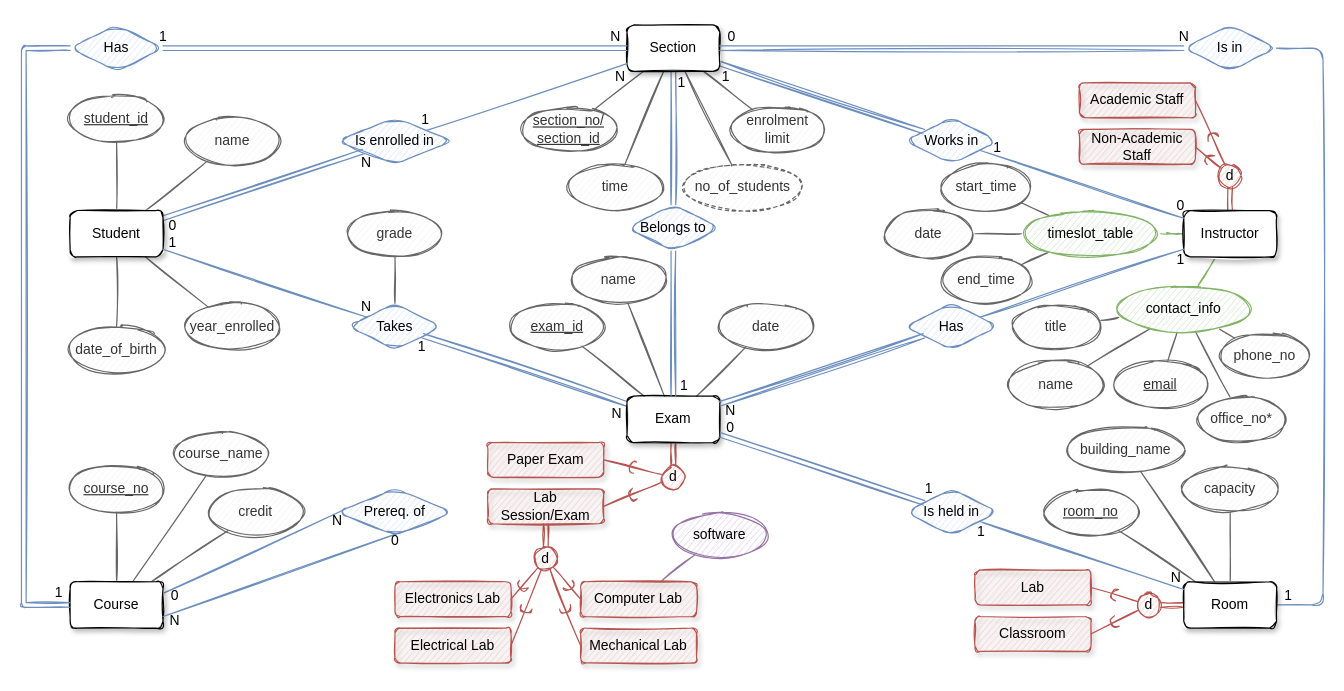
Earlier version of the draw.io diagram page "Problem 1 (Participation)" (2 of 5) of Assignment/Data Management Assignment Drawings.drawio (JordanWelsman/BU_DataManagement). Source tidied: cells renumbered, new cells numbered last; positions are measured from the earlier drawing's top-left corner, leaving out a move shared by most shapes. Both pictures are drawn from the tidied source at 116%, with x=0, y=0 at pixel (23, 24).
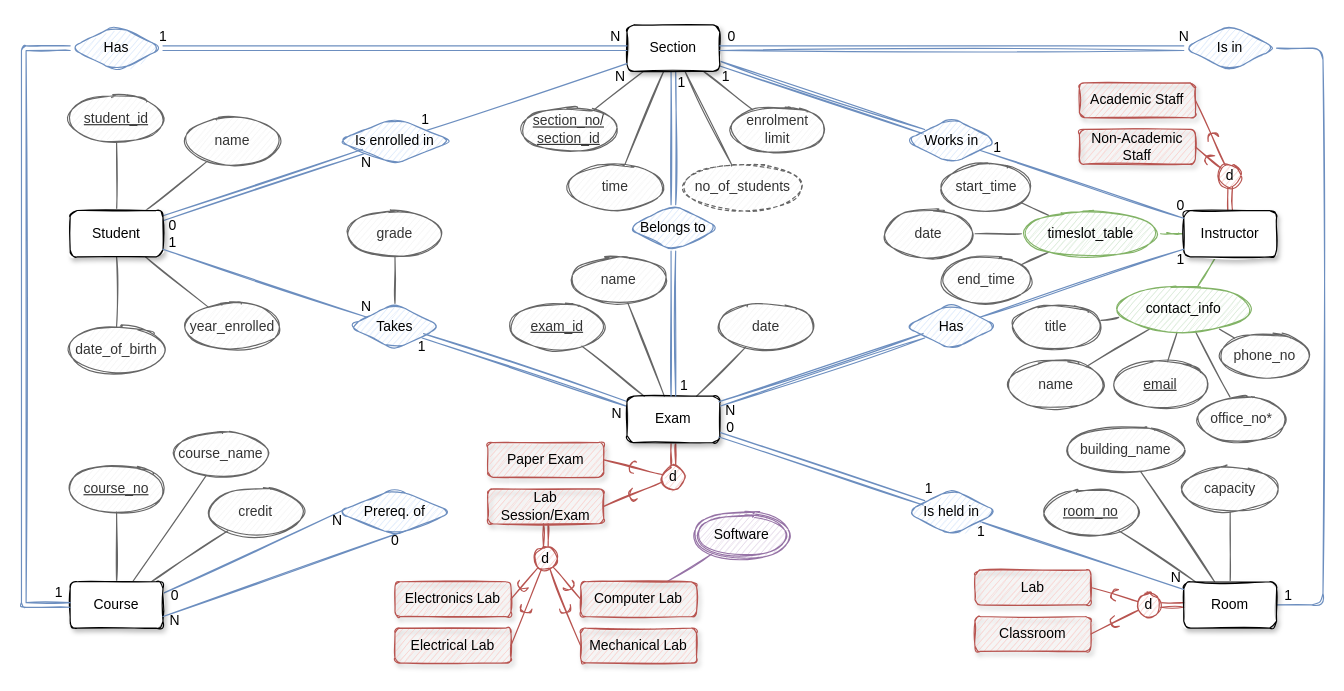
The same diagram, later.

The change refers to these unchanged cells:
```xml
<mxCell id="44" value="Computer Lab" style="whiteSpace=wrap;html=1;align=center;shadow=1;fillColor=#f8cecc;strokeColor=#b85450;sketch=1;rounded=1;" parent="1" vertex="1">
  <mxGeometry x="480" y="480" width="100" height="30" as="geometry" />
</mxCell>
```

What changed in the source:
```diff
@@
-    <mxCell id="43" style="edgeStyle=none;jettySize=auto;html=1;fontFamily=Helvetica;endArrow=none;endFill=0;fillColor=#e1d5e7;strokeColor=#9673a6;sketch=1;" parent="1" edge="1" source="44" target="117">
-      <mxGeometry relative="1" as="geometry" />
-    </mxCell>
+    <mxCell id="160" style="rounded=0;sketch=1;jettySize=auto;html=1;fontFamily=Helvetica;endArrow=none;endFill=0;fillColor=#e1d5e7;strokeColor=#9673a6;" parent="1" edge="1" source="44" target="161">
+      <mxGeometry relative="1" as="geometry" />
+    </mxCell>
@@
-    <mxCell id="117" value="software" style="ellipse;whiteSpace=wrap;html=1;align=center;shadow=0;glass=0;fillColor=#e1d5e7;strokeColor=#9673a6;sketch=1;rounded=1;" parent="1" vertex="1">
-      <mxGeometry x="560" y="420" width="80" height="40" as="geometry" />
-    </mxCell>
@@
+    <mxCell id="161" value="Software" style="ellipse;shape=doubleEllipse;margin=3;whiteSpace=wrap;html=1;align=center;rounded=1;shadow=0;glass=0;fillStyle=auto;fillColor=#e1d5e7;strokeColor=#9673a6;sketch=1;" parent="1" vertex="1">
+      <mxGeometry x="579" y="420" width="80" height="40" as="geometry" />
+    </mxCell>
```
